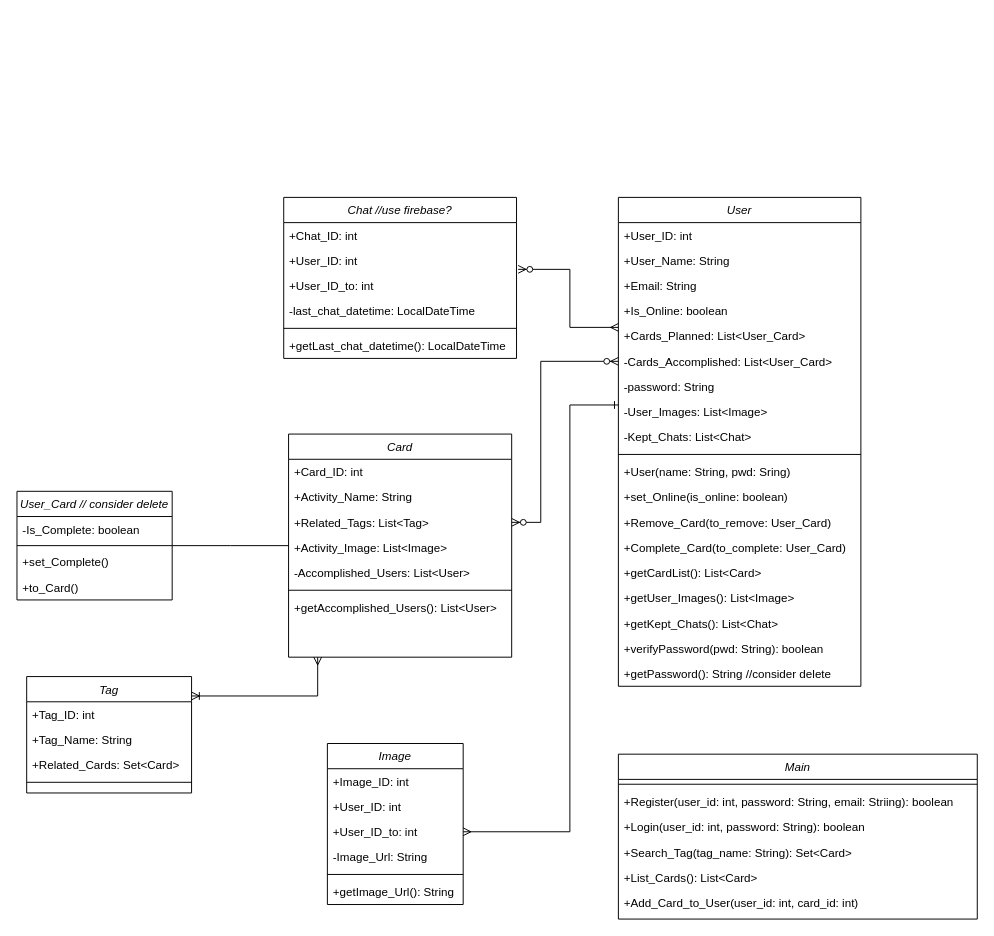
The draw.io diagram page "Class Diagram" (1 of 5) of Class_Diagram.drawio in Enji-shaking/Virtual-Mate, before the edit. Source tidied: cells renumbered, new cells numbered last; positions are measured from the earlier drawing's top-left corner, leaving out a move shared by most shapes. Both pictures are drawn from the tidied source at 97%, with x=0, y=0 at pixel (16, 197).
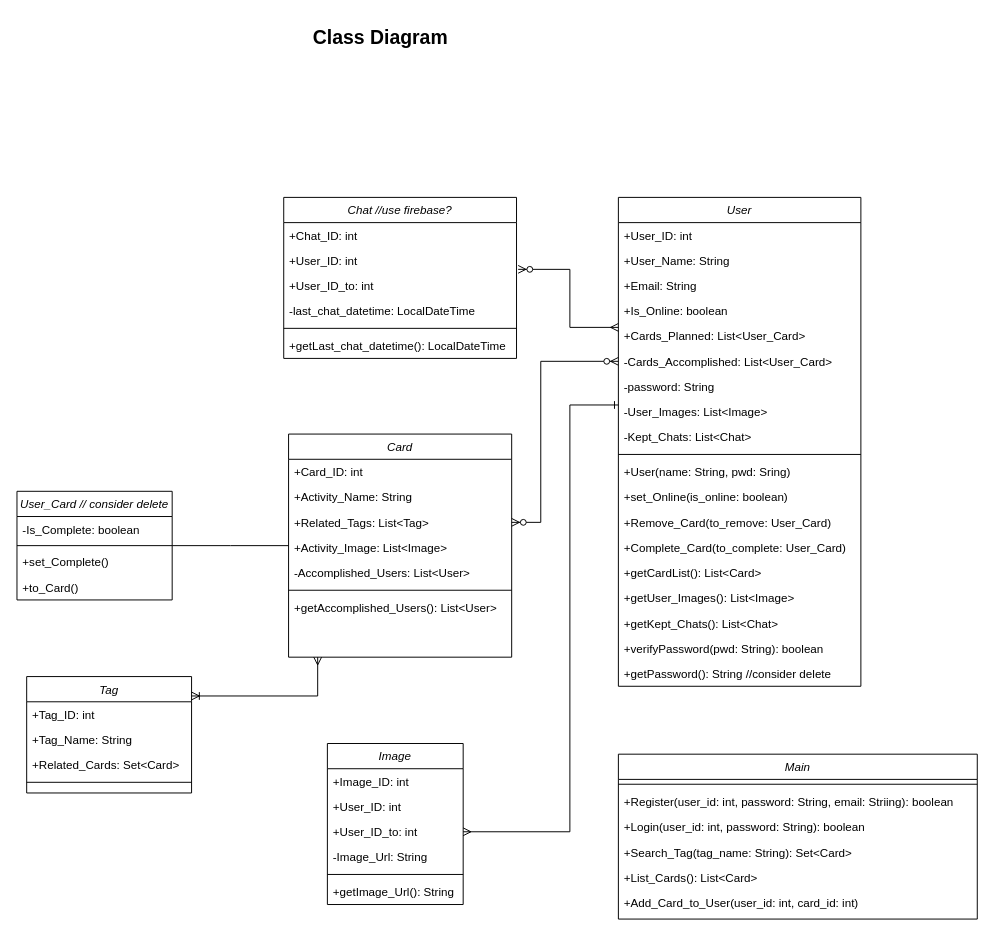
The same diagram, later.

What changed in the source:
```diff
@@
+    <mxCell id="66" value="&lt;font style=&quot;font-size: 20px&quot;&gt;&lt;b&gt;Class Diagram&lt;/b&gt;&lt;/font&gt;" style="text;html=1;strokeColor=none;fillColor=none;align=center;verticalAlign=middle;whiteSpace=wrap;rounded=0;" parent="1" vertex="1">
+      <mxGeometry x="250" y="-186" width="250" height="40" as="geometry" />
+    </mxCell>
```
